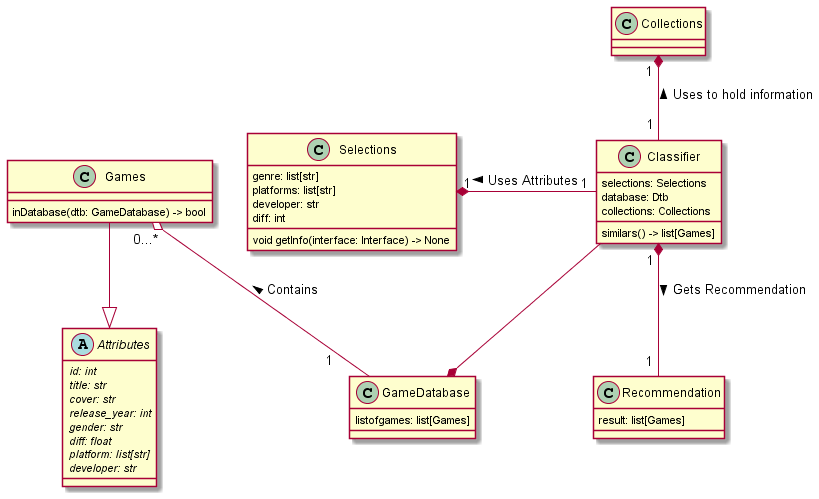
This is bin/ClassDiagram.png from Rcgil30/Game-Advocator, a PlantUML export, as it was before one commit.
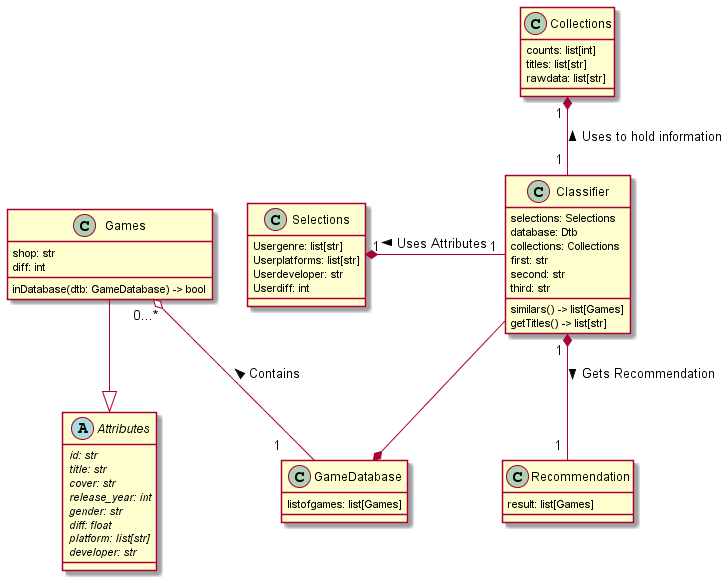
Later version of the same file.

Change to the diagram source:
```diff
@@ -14,25 +14,30 @@
     selections: Selections
     database: Dtb
     collections: Collections
+    first: str
+    second: str
+    third: str
     similars() -> list[Games]
+    getTitles() -> list[str]
 
 }
 
 class Collections {
-
+    counts: list[int]
+    titles: list[str]
+    rawdata: list[str]
 }
 
 class Selections {
-    genre: list[str]
-    platforms: list[str]
-    developer: str
-    diff: int
-    void getInfo(interface: Interface) -> None
+    Usergenre: list[str]
+    Userplatforms: list[str]
+    Userdeveloper: str
+    Userdiff: int
 }
 
 
 abstract class Attributes {
-    {abstract} id: int
+    {abstract} id: str
     {abstract} title: str
     {abstract} cover: str
     {abstract} release_year: int
@@ -43,6 +48,8 @@
 
 }
 class Games{
+    shop: str
+    diff: int
     inDatabase(dtb: GameDatabase) -> bool
 }
 
```
